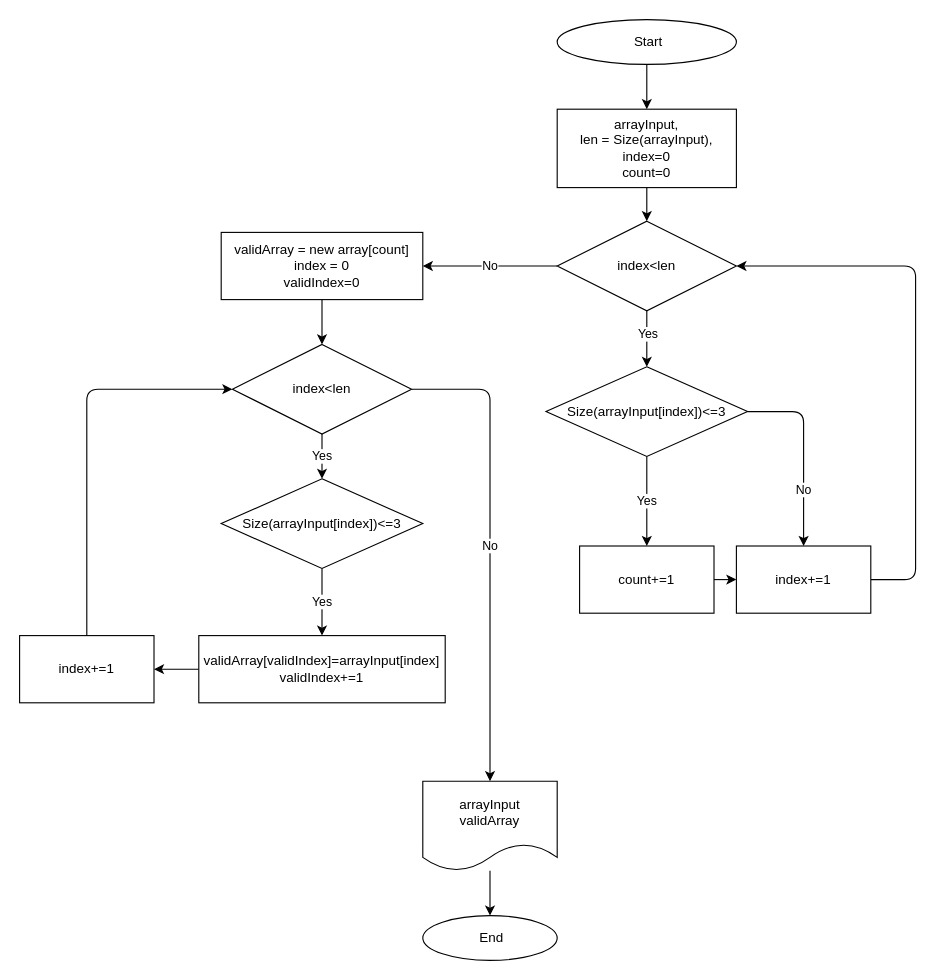
Before: aI.drawio in AndreiFAS/Control-Work, a draw.io diagram. Source tidied: cells renumbered, new cells numbered last; positions are measured from the earlier drawing's top-left corner, leaving out a move shared by most shapes. Both pictures are drawn from the tidied source at 112%, with x=0, y=0 at pixel (19, 19).
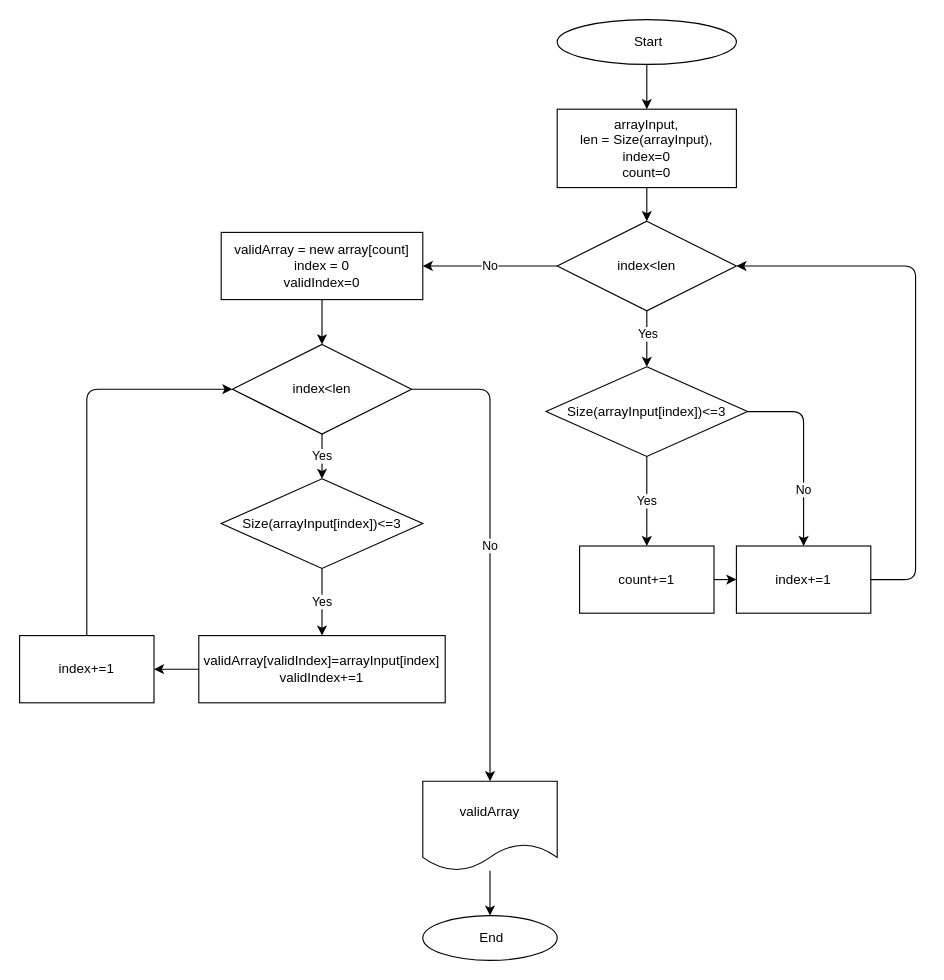
Above is the later version.

Change to the diagram source:
```diff
@@
-    <mxCell id="30" value="arrayInput&lt;br&gt;validArray" style="shape=document;whiteSpace=wrap;html=1;boundedLbl=1;" parent="1" vertex="1">
+    <mxCell id="30" value="validArray" style="shape=document;whiteSpace=wrap;html=1;boundedLbl=1;" parent="1" vertex="1">
       <mxGeometry x="360" y="680" width="120" height="80" as="geometry" />
     </mxCell>
```
